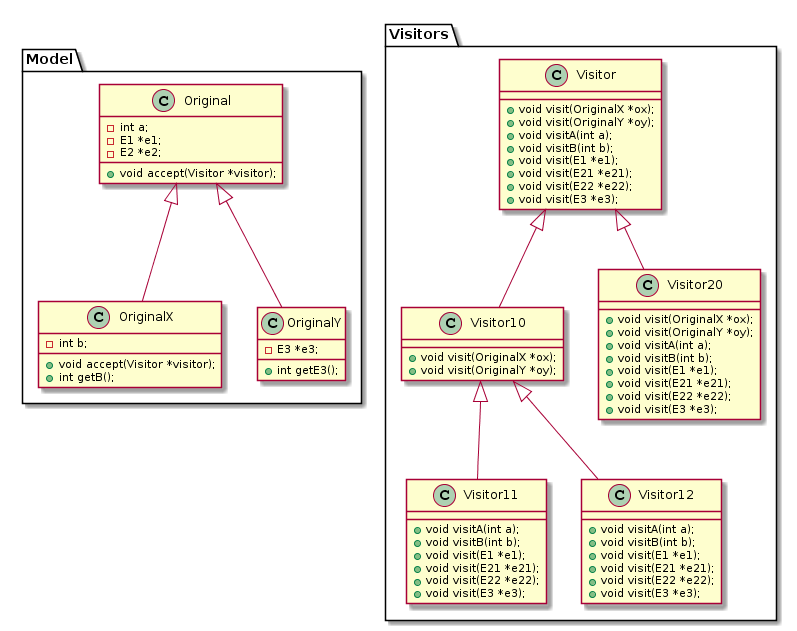
Earlier version of the PlantUML export Design/design.png (carlosv5/Visitor). The source it was exported from:
```plantuml
@startuml
package "Model"{
class Original{
{field}  - int a;
{field}  - E1 *e1;
{field}  - E2 *e2;
{method} + void accept(Visitor *visitor);
}
class OriginalX{
{field}  -int b;
{method} + void accept(Visitor *visitor);
{method} + int getB();
}

class OriginalY{
{field}  - E3 *e3;
{method} + int getE3();
}

Original <|-- OriginalX
Original <|-- OriginalY
}

package "Visitors"{
class Visitor{
{method} + void visit(OriginalX *ox);
{method} + void visit(OriginalY *oy);
{method} + void visitA(int a);
{method} + void visitB(int b);
{method} + void visit(E1 *e1);
{method} + void visit(E21 *e21);
{method} + void visit(E22 *e22);
{method} + void visit(E3 *e3);
}

class Visitor10{
{method} + void visit(OriginalX *ox);
{method} + void visit(OriginalY *oy);
}

class Visitor11{
{method} + void visitA(int a);
{method} + void visitB(int b);
{method} + void visit(E1 *e1);
{method} + void visit(E21 *e21);
{method} + void visit(E22 *e22);
{method} + void visit(E3 *e3);
}

class Visitor12{
{method} + void visitA(int a);
{method} + void visitB(int b);
{method} + void visit(E1 *e1);
{method} + void visit(E21 *e21);
{method} + void visit(E22 *e22);
{method} + void visit(E3 *e3);
}

class Visitor20{
{method} + void visit(OriginalX *ox);
{method} + void visit(OriginalY *oy);
{method} + void visitA(int a);
{method} + void visitB(int b);
{method} + void visit(E1 *e1);
{method} + void visit(E21 *e21);
{method} + void visit(E22 *e22);
{method} + void visit(E3 *e3);
}

Visitor <|-- Visitor10
Visitor10 <|-- Visitor11
Visitor10 <|-- Visitor12
Visitor <|-- Visitor20
}
@enduml
```
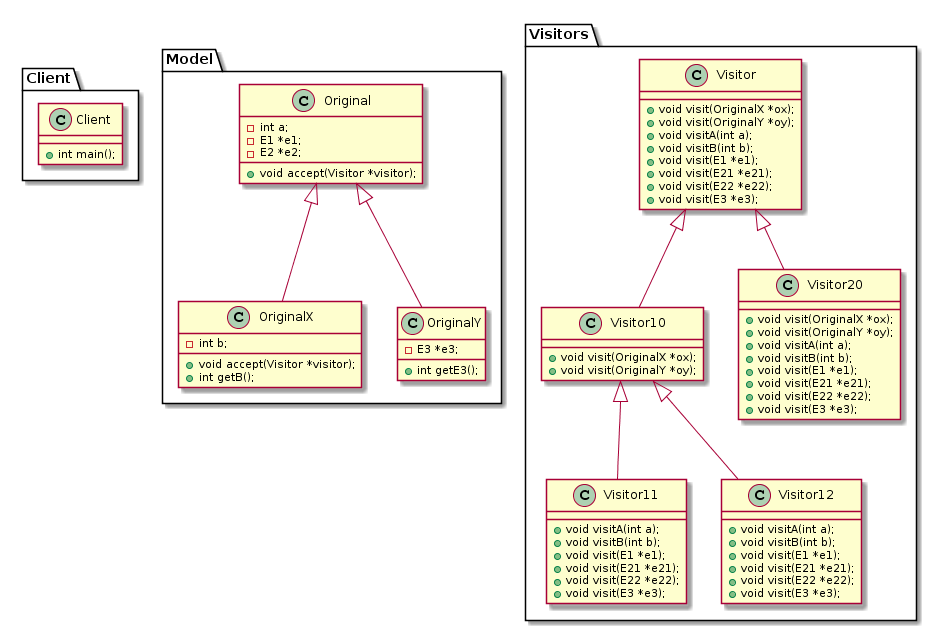
After the change.

The edit, as a diff of the source:
```diff
@@ -1,4 +1,10 @@
 @startuml
+package "Client"{
+class Client{
+{method} + int main();
+}
+}
+
 package "Model"{
 class Original{
 {field}  - int a;
```
